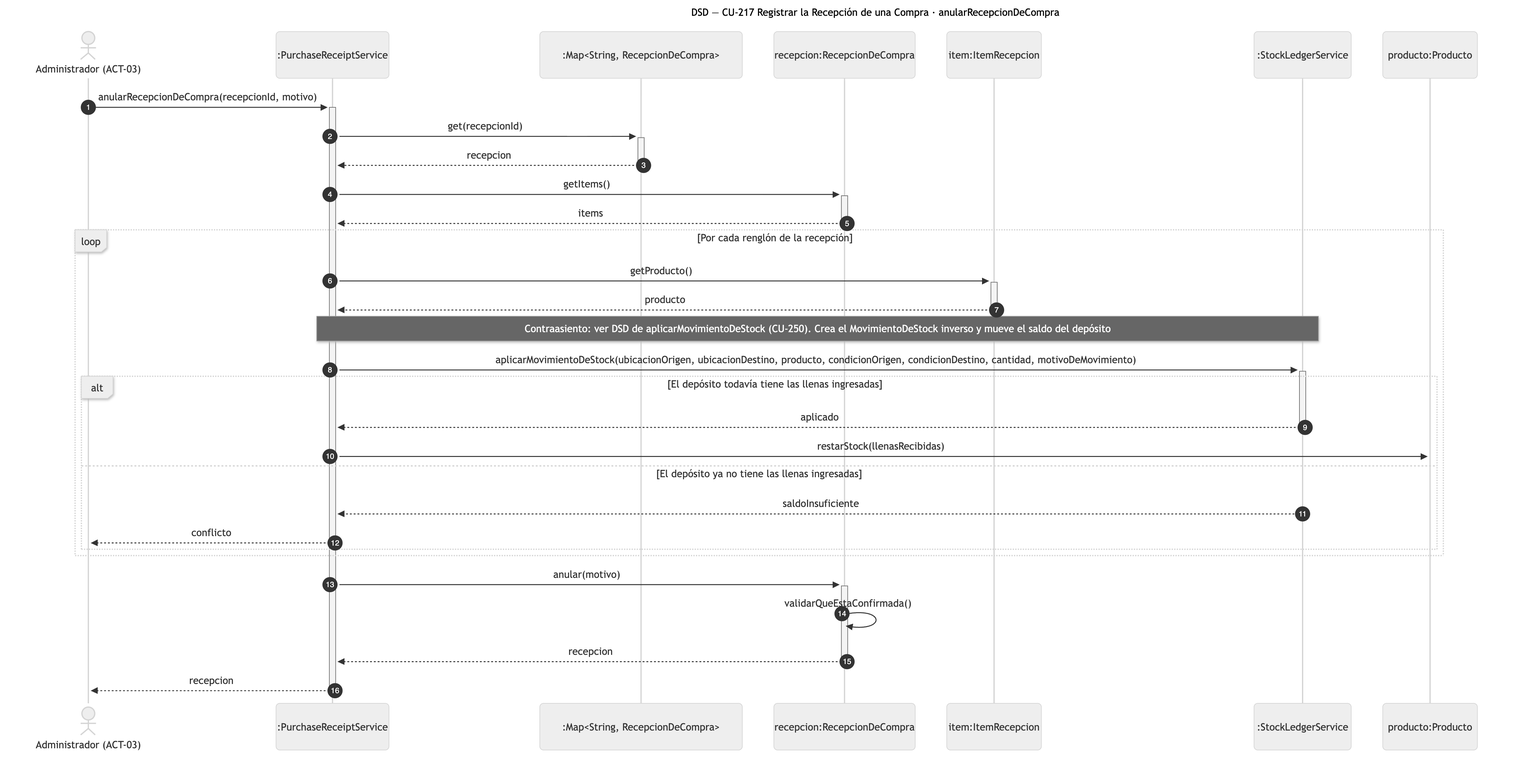
Earlier version of the Mermaid export diagramas/png/DSD_CU-217_anularRecepcionDeCompra.png (Nahuelito-Dev/splg-docs). Its source is kept beside it as diagramas/DSD_CU-217_anularRecepcionDeCompra.mmd.
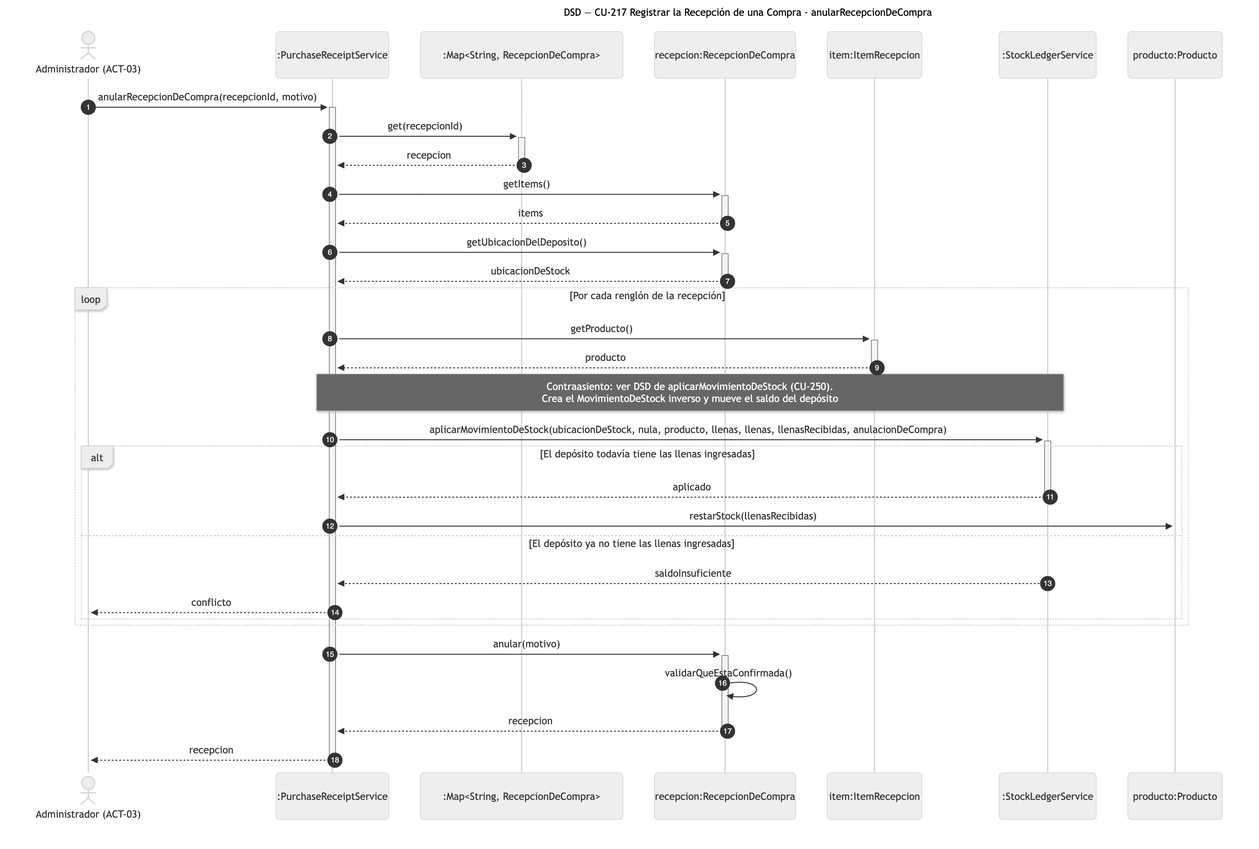
The same diagram one commit later.

What changed in the source:
```diff
@@ -14,11 +14,13 @@
     COL-->>-SRV: recepcion
     SRV->>+REC: getItems()
     REC-->>-SRV: items
+    SRV->>+REC: getUbicacionDelDeposito()
+    REC-->>-SRV: ubicacionDeStock
     loop Por cada renglón de la recepción
         SRV->>+IRE: getProducto()
         IRE-->>-SRV: producto
-        Note over SRV,LED: Contraasiento: ver DSD de aplicarMovimientoDeStock (CU-250). Crea el MovimientoDeStock inverso y mueve el saldo del depósito
-        SRV->>+LED: aplicarMovimientoDeStock(ubicacionOrigen, ubicacionDestino, producto, condicionOrigen, condicionDestino, cantidad, motivoDeMovimiento)
+        Note over SRV,LED: Contraasiento: ver DSD de aplicarMovimientoDeStock (CU-250).<br/>Crea el MovimientoDeStock inverso y mueve el saldo del depósito
+        SRV->>+LED: aplicarMovimientoDeStock(ubicacionDeStock, nula, producto, llenas, llenas, llenasRecibidas, anulacionDeCompra)
         alt El depósito todavía tiene las llenas ingresadas
             LED-->>-SRV: aplicado
             SRV->>PRO: restarStock(llenasRecibidas)
```
